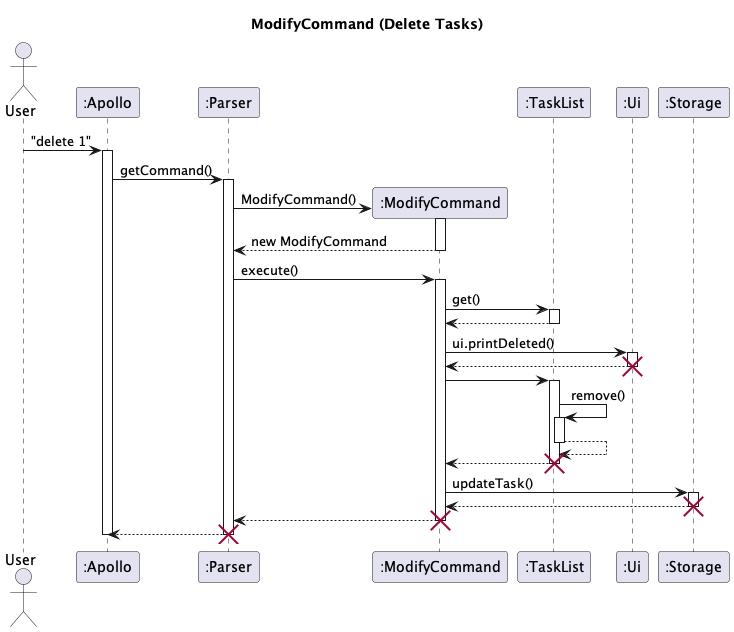
Above: docs/uml-diagrams/DeleteCommand-ModifyCommand__Delete_Tasks_.png in nus-cs2113-AY2223S2/tp (PlantUML), before the change. Its diagram source:
```plantuml
@startuml

skinparam maxMessageSize 150
title ModifyCommand (Delete Tasks)

actor User
participant ":Apollo" as Apollo
participant ":Parser" as Parser
participant ":ModifyCommand" as modify

participant ":TaskList" as TaskList
participant ":Ui" as Ui
participant ":Storage" as Storage

User -> Apollo : "delete 1"
activate Apollo
Apollo -> Parser : getCommand()
activate Parser
Parser -> modify** : ModifyCommand()
activate modify
modify --> Parser: new ModifyCommand
deactivate modify

Parser -> modify : execute()

activate modify


modify -> TaskList: get()
activate TaskList
TaskList --> modify
deactivate TaskList
modify -> Ui:ui.printDeleted()
activate Ui
Ui --> modify
deactivate Ui
destroy Ui
modify -> TaskList
activate TaskList

TaskList -> TaskList ++ :remove()
return
return
destroy TaskList

modify -> Storage: updateTask()
activate Storage
Storage --> modify
destroy Storage

modify --> Parser
deactivate modify
destroy modify

Parser --> Apollo
destroy Parser
deactivate Apollo

@enduml
```
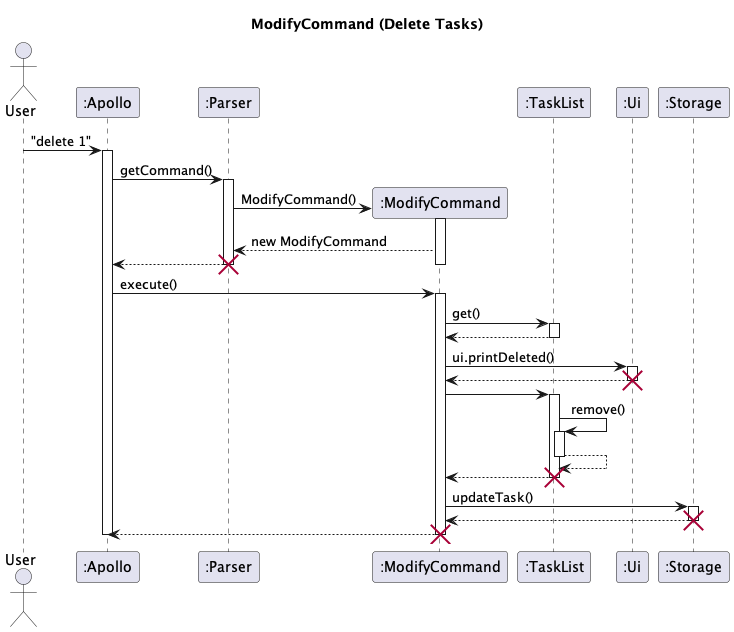
After the change.

Commit message:
Final update to sequence diagrams

Change to the diagram source:
```diff
@@ -19,9 +19,12 @@
 Parser -> modify** : ModifyCommand()
 activate modify
 modify --> Parser: new ModifyCommand
+Parser --> Apollo
 deactivate modify
+deactivate Parser
+destroy "Parser"
 
-Parser -> modify : execute()
+Apollo -> modify : execute()
 
 activate modify
 
@@ -48,12 +51,10 @@
 Storage --> modify
 destroy Storage
 
-modify --> Parser
+modify --> Apollo
 deactivate modify
 destroy modify
 
-Parser --> Apollo
-destroy Parser
 deactivate Apollo
 
 @enduml
```
